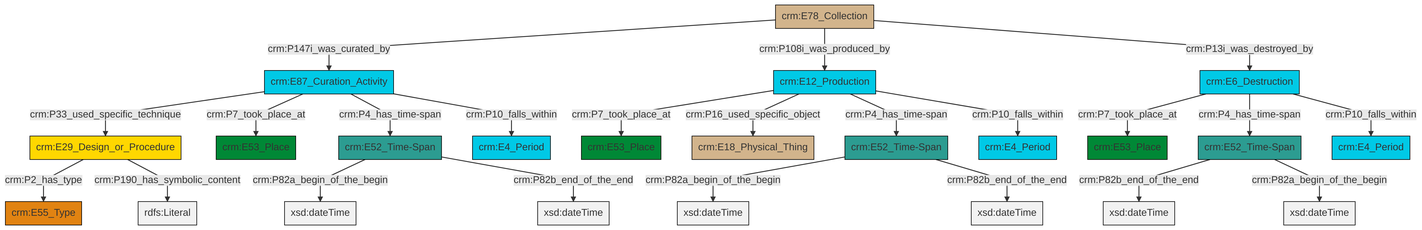
Before: et/archivalCSV/ttl/mmd/png/archival_existence.png, a diagram exported from Mermaid (swiss-art-research-net/docs.swissartresearch). Its source is kept beside it as et/archivalCSV/ttl/mmd/archival_existence.ttl.mmd.
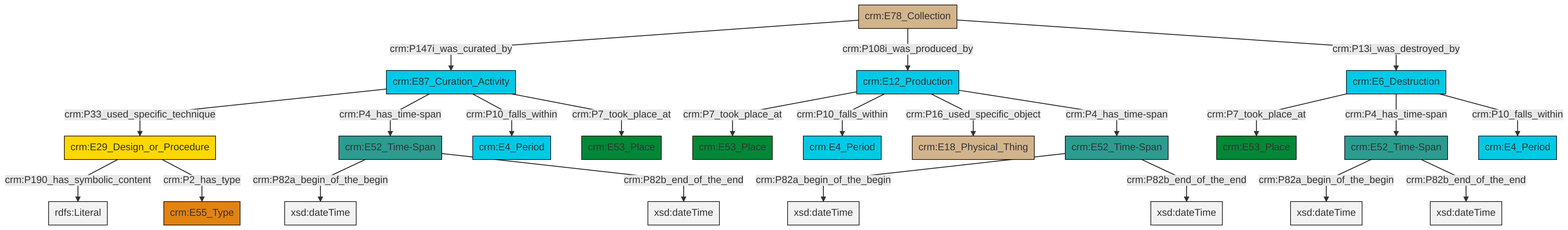
After the change.

What changed in the source:
```diff
@@ -13,25 +13,25 @@
 classDef PC_Classes fill:#4ce600, stroke:#000000;
 classDef Multi fill:#cccccc,stroke:#000000;
 
-4["crm:E52_Time-Span"]:::Time-Span -->|crm:P82a_begin_of_the_begin| 5[xsd:dateTime]:::Literal
-6["crm:E6_Destruction"]:::Temporal_Entity -->|crm:P7_took_place_at| 7["crm:E53_Place"]:::Place
-8["crm:E52_Time-Span"]:::Time-Span -->|crm:P82a_begin_of_the_begin| 9[xsd:dateTime]:::Literal
-17["crm:E29_Design_or_Procedure"]:::Conceptual_Object -->|crm:P2_has_type| 0["crm:E55_Type"]:::Type
-19["crm:E12_Production"]:::Temporal_Entity -->|crm:P7_took_place_at| 2["crm:E53_Place"]:::Place
-19["crm:E12_Production"]:::Temporal_Entity -->|crm:P16_used_specific_object| 11["crm:E18_Physical_Thing"]:::Physical_Thing
-20["crm:E78_Collection"]:::Physical_Thing -->|crm:P147i_was_curated_by| 22["crm:E87_Curation_Activity"]:::Temporal_Entity
-6["crm:E6_Destruction"]:::Temporal_Entity -->|crm:P4_has_time-span| 23["crm:E52_Time-Span"]:::Time-Span
-22["crm:E87_Curation_Activity"]:::Temporal_Entity -->|crm:P33_used_specific_technique| 17["crm:E29_Design_or_Procedure"]:::Conceptual_Object
-22["crm:E87_Curation_Activity"]:::Temporal_Entity -->|crm:P7_took_place_at| 13["crm:E53_Place"]:::Place
-22["crm:E87_Curation_Activity"]:::Temporal_Entity -->|crm:P4_has_time-span| 4["crm:E52_Time-Span"]:::Time-Span
-19["crm:E12_Production"]:::Temporal_Entity -->|crm:P4_has_time-span| 8["crm:E52_Time-Span"]:::Time-Span
-22["crm:E87_Curation_Activity"]:::Temporal_Entity -->|crm:P10_falls_within| 25["crm:E4_Period"]:::Temporal_Entity
-23["crm:E52_Time-Span"]:::Time-Span -->|crm:P82b_end_of_the_end| 29[xsd:dateTime]:::Literal
-8["crm:E52_Time-Span"]:::Time-Span -->|crm:P82b_end_of_the_end| 30[xsd:dateTime]:::Literal
-20["crm:E78_Collection"]:::Physical_Thing -->|crm:P108i_was_produced_by| 19["crm:E12_Production"]:::Temporal_Entity
-4["crm:E52_Time-Span"]:::Time-Span -->|crm:P82b_end_of_the_end| 31[xsd:dateTime]:::Literal
-6["crm:E6_Destruction"]:::Temporal_Entity -->|crm:P10_falls_within| 15["crm:E4_Period"]:::Temporal_Entity
-19["crm:E12_Production"]:::Temporal_Entity -->|crm:P10_falls_within| 34["crm:E4_Period"]:::Temporal_Entity
-23["crm:E52_Time-Span"]:::Time-Span -->|crm:P82a_begin_of_the_begin| 36[xsd:dateTime]:::Literal
-17["crm:E29_Design_or_Procedure"]:::Conceptual_Object -->|crm:P190_has_symbolic_content| 37[rdfs:Literal]:::Literal
-20["crm:E78_Collection"]:::Physical_Thing -->|crm:P13i_was_destroyed_by| 6["crm:E6_Destruction"]:::Temporal_Entity
+0["crm:E87_Curation_Activity"]:::Temporal_Entity -->|crm:P33_used_specific_technique| 1["crm:E29_Design_or_Procedure"]:::Conceptual_Object
+4["crm:E12_Production"]:::Temporal_Entity -->|crm:P7_took_place_at| 5["crm:E53_Place"]:::Place
+4["crm:E12_Production"]:::Temporal_Entity -->|crm:P10_falls_within| 8["crm:E4_Period"]:::Temporal_Entity
+1["crm:E29_Design_or_Procedure"]:::Conceptual_Object -->|crm:P190_has_symbolic_content| 9[rdfs:Literal]:::Literal
+1["crm:E29_Design_or_Procedure"]:::Conceptual_Object -->|crm:P2_has_type| 14["crm:E55_Type"]:::Type
+15["crm:E6_Destruction"]:::Temporal_Entity -->|crm:P7_took_place_at| 2["crm:E53_Place"]:::Place
+6["crm:E78_Collection"]:::Physical_Thing -->|crm:P147i_was_curated_by| 0["crm:E87_Curation_Activity"]:::Temporal_Entity
+10["crm:E52_Time-Span"]:::Time-Span -->|crm:P82a_begin_of_the_begin| 16[xsd:dateTime]:::Literal
+0["crm:E87_Curation_Activity"]:::Temporal_Entity -->|crm:P4_has_time-span| 12["crm:E52_Time-Span"]:::Time-Span
+0["crm:E87_Curation_Activity"]:::Temporal_Entity -->|crm:P10_falls_within| 18["crm:E4_Period"]:::Temporal_Entity
+0["crm:E87_Curation_Activity"]:::Temporal_Entity -->|crm:P7_took_place_at| 19["crm:E53_Place"]:::Place
+4["crm:E12_Production"]:::Temporal_Entity -->|crm:P16_used_specific_object| 21["crm:E18_Physical_Thing"]:::Physical_Thing
+6["crm:E78_Collection"]:::Physical_Thing -->|crm:P108i_was_produced_by| 4["crm:E12_Production"]:::Temporal_Entity
+12["crm:E52_Time-Span"]:::Time-Span -->|crm:P82a_begin_of_the_begin| 22[xsd:dateTime]:::Literal
+23["crm:E52_Time-Span"]:::Time-Span -->|crm:P82a_begin_of_the_begin| 24[xsd:dateTime]:::Literal
+10["crm:E52_Time-Span"]:::Time-Span -->|crm:P82b_end_of_the_end| 28[xsd:dateTime]:::Literal
+12["crm:E52_Time-Span"]:::Time-Span -->|crm:P82b_end_of_the_end| 29[xsd:dateTime]:::Literal
+6["crm:E78_Collection"]:::Physical_Thing -->|crm:P13i_was_destroyed_by| 15["crm:E6_Destruction"]:::Temporal_Entity
+15["crm:E6_Destruction"]:::Temporal_Entity -->|crm:P4_has_time-span| 10["crm:E52_Time-Span"]:::Time-Span
+4["crm:E12_Production"]:::Temporal_Entity -->|crm:P4_has_time-span| 23["crm:E52_Time-Span"]:::Time-Span
+15["crm:E6_Destruction"]:::Temporal_Entity -->|crm:P10_falls_within| 32["crm:E4_Period"]:::Temporal_Entity
+23["crm:E52_Time-Span"]:::Time-Span -->|crm:P82b_end_of_the_end| 36[xsd:dateTime]:::Literal
```
